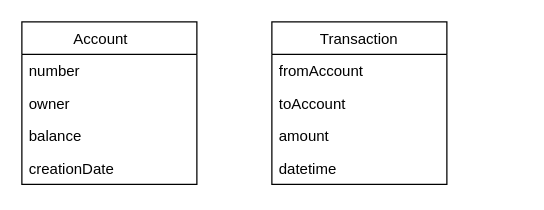
Above: report/images/banking1.drawio in homedirectory/semantic-analysis (draw.io), before the change. Source tidied: cells renumbered, new cells numbered last; positions are measured from the earlier drawing's top-left corner, leaving out a move shared by most shapes. Both pictures are drawn from the tidied source at 125%, with x=0, y=0 at pixel (21, 21).
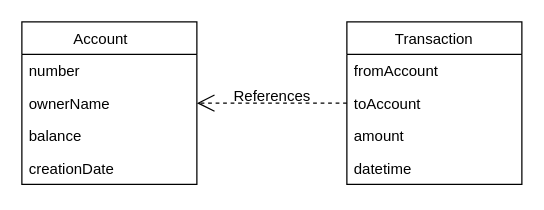
The same page after the edit.

Diff of the diagram source:
```diff
@@
 <mxGraphModel>
   <root>
     <mxCell id="0" />
     <mxCell id="1" parent="0" />
     <mxCell id="2" value="Account    " style="swimlane;fontStyle=0;horizontal=1;startSize=26;fillColor=none;" parent="1" vertex="1">
       <mxGeometry width="140" height="130" as="geometry" />
     </mxCell>
     <mxCell id="3" value="number" style="text;strokeColor=none;fillColor=none;align=left;verticalAlign=top;spacingLeft=4;spacingRight=4;overflow=hidden;" parent="2" vertex="1">
       <mxGeometry y="26" width="140" height="26" as="geometry" />
     </mxCell>
-    <mxCell id="4" value="owner" style="text;strokeColor=none;fillColor=none;align=left;verticalAlign=top;spacingLeft=4;spacingRight=4;overflow=hidden;" parent="2" vertex="1">
-      <mxGeometry y="52" width="140" height="26" as="geometry" />
-    </mxCell>
+    <mxCell id="12" value="ownerName" style="text;strokeColor=none;fillColor=none;align=left;verticalAlign=top;spacingLeft=4;spacingRight=4;overflow=hidden;points=[[0,0.5],[1,0.5]];portConstraint=eastwest;" parent="2" vertex="1">
+      <mxGeometry y="52" width="140" height="26" as="geometry" />
+    </mxCell>
     <mxCell id="5" value="balance" style="text;strokeColor=none;fillColor=none;align=left;verticalAlign=top;spacingLeft=4;spacingRight=4;overflow=hidden;" parent="2" vertex="1">
       <mxGeometry y="78" width="140" height="26" as="geometry" />
     </mxCell>
     <mxCell id="6" value="creationDate" style="text;strokeColor=none;fillColor=none;align=left;verticalAlign=top;spacingLeft=4;spacingRight=4;overflow=hidden;" parent="2" vertex="1">
       <mxGeometry y="104" width="140" height="26" as="geometry" />
     </mxCell>
     <mxCell id="7" value="Transaction" style="swimlane;fontStyle=0;horizontal=1;startSize=26;fillColor=none;" parent="1" vertex="1">
-      <mxGeometry x="200" width="140" height="130" as="geometry" />
+      <mxGeometry x="260" width="140" height="130" as="geometry" />
     </mxCell>
     <mxCell id="8" value="fromAccount" style="text;strokeColor=none;fillColor=none;align=left;verticalAlign=top;spacingLeft=4;spacingRight=4;overflow=hidden;" parent="7" vertex="1">
       <mxGeometry y="26" width="140" height="26" as="geometry" />
     </mxCell>
     <mxCell id="9" value="toAccount" style="text;strokeColor=none;fillColor=none;align=left;verticalAlign=top;spacingLeft=4;spacingRight=4;overflow=hidden;points=[[0,0.5],[1,0.5]];portConstraint=eastwest;" parent="7" vertex="1">
       <mxGeometry y="52" width="140" height="26" as="geometry" />
     </mxCell>
     <mxCell id="10" value="amount" style="text;strokeColor=none;fillColor=none;align=left;verticalAlign=top;spacingLeft=4;spacingRight=4;overflow=hidden;" parent="7" vertex="1">
       <mxGeometry y="78" width="140" height="26" as="geometry" />
     </mxCell>
     <mxCell id="11" value="datetime" style="text;strokeColor=none;fillColor=none;align=left;verticalAlign=top;spacingLeft=4;spacingRight=4;overflow=hidden;" parent="7" vertex="1">
       <mxGeometry y="104" width="140" height="26" as="geometry" />
     </mxCell>
+    <mxCell id="13" value="References" style="endArrow=open;endSize=12;dashed=1;html=1;rounded=0;entryX=1;entryY=0.5;entryDx=0;entryDy=0;exitX=0;exitY=0.5;exitDx=0;exitDy=0;fontSize=12;labelBackgroundColor=none;" parent="1" edge="1" source="9" target="12">
+      <mxGeometry y="-5" relative="1" as="geometry" />
+    </mxCell>
   </root>
 </mxGraphModel>
```
